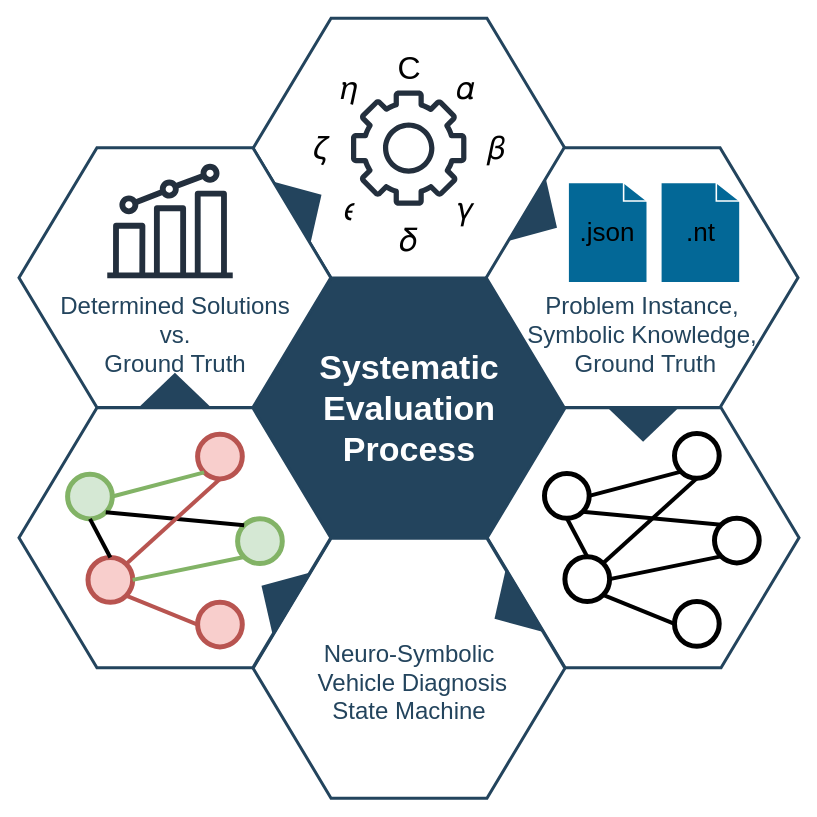
Earlier version of the draw.io diagram img/eval_proc.drawio (tbohne/nesy_diag_bench). Source tidied: cells renumbered, new cells numbered last; positions are measured from the earlier drawing's top-left corner, leaving out a move shared by most shapes. Both pictures are drawn from the tidied source at 100%, with x=0, y=0 at pixel (18, 18).
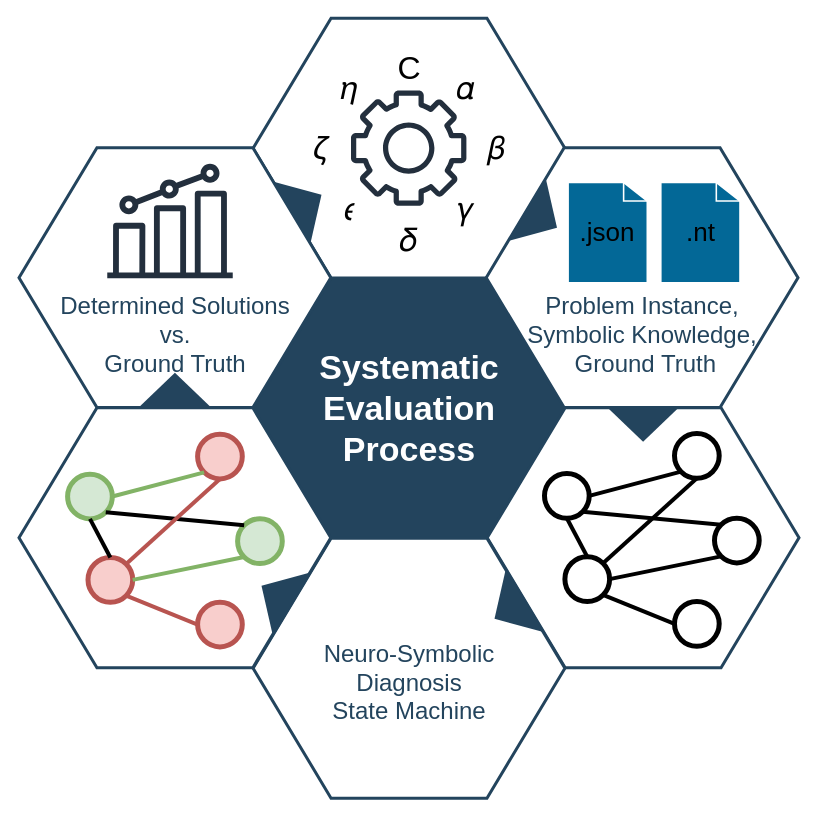
The same diagram, later.

Commit message (it also covers changes not shown here):
update eval proc vis

Diff of the diagram source:
```diff
@@
-    <mxCell id="7" value="&lt;font style=&quot;font-size: 24px;&quot;&gt;&lt;br&gt;&lt;/font&gt;&lt;h1 style=&quot;font-size: 24px;&quot; dir=&quot;auto&quot; class=&quot;heading-element&quot; tabindex=&quot;-1&quot;&gt;&lt;font style=&quot;font-size: 24px;&quot;&gt;&lt;span style=&quot;font-weight: normal;&quot;&gt;Neuro-Symbolic&lt;/span&gt;&lt;br&gt;&lt;span style=&quot;font-weight: normal;&quot;&gt;&amp;nbsp;Vehicle Diagnosis&lt;/span&gt;&lt;br&gt;&lt;span style=&quot;font-weight: normal;&quot;&gt; State Machine&lt;/span&gt;&lt;/font&gt;&lt;/h1&gt;" style="shape=hexagon;perimeter=hexagonPerimeter2;whiteSpace=wrap;html=1;shadow=0;labelBackgroundColor=none;strokeColor=#23445D;fillColor=#FFFFFF;gradientColor=none;fontFamily=Helvetica;fontSize=23;fontColor=#23445d;align=center;strokeWidth=3;" parent="1" vertex="1">
+    <mxCell id="7" value="&lt;font style=&quot;font-size: 24px;&quot;&gt;&lt;br&gt;&lt;/font&gt;&lt;h1 style=&quot;font-size: 24px;&quot; dir=&quot;auto&quot; class=&quot;heading-element&quot; tabindex=&quot;-1&quot;&gt;&lt;font style=&quot;font-size: 24px;&quot;&gt;&lt;span style=&quot;font-weight: normal;&quot;&gt;Neuro-Symbolic&lt;/span&gt;&lt;span style=&quot;font-weight: normal;&quot;&gt;&lt;/span&gt;&lt;br&gt;&lt;span style=&quot;font-weight: normal;&quot;&gt;Diagnosis&lt;/span&gt;&lt;br&gt;&lt;span style=&quot;font-weight: normal;&quot;&gt; State Machine&lt;/span&gt;&lt;/font&gt;&lt;/h1&gt;" style="shape=hexagon;perimeter=hexagonPerimeter2;whiteSpace=wrap;html=1;shadow=0;labelBackgroundColor=none;strokeColor=#23445D;fillColor=#FFFFFF;gradientColor=none;fontFamily=Helvetica;fontSize=23;fontColor=#23445d;align=center;strokeWidth=3;" parent="1" vertex="1">
       <mxGeometry x="234.6" y="519.8" width="311.8" height="259.9" as="geometry" />
     </mxCell>
```
